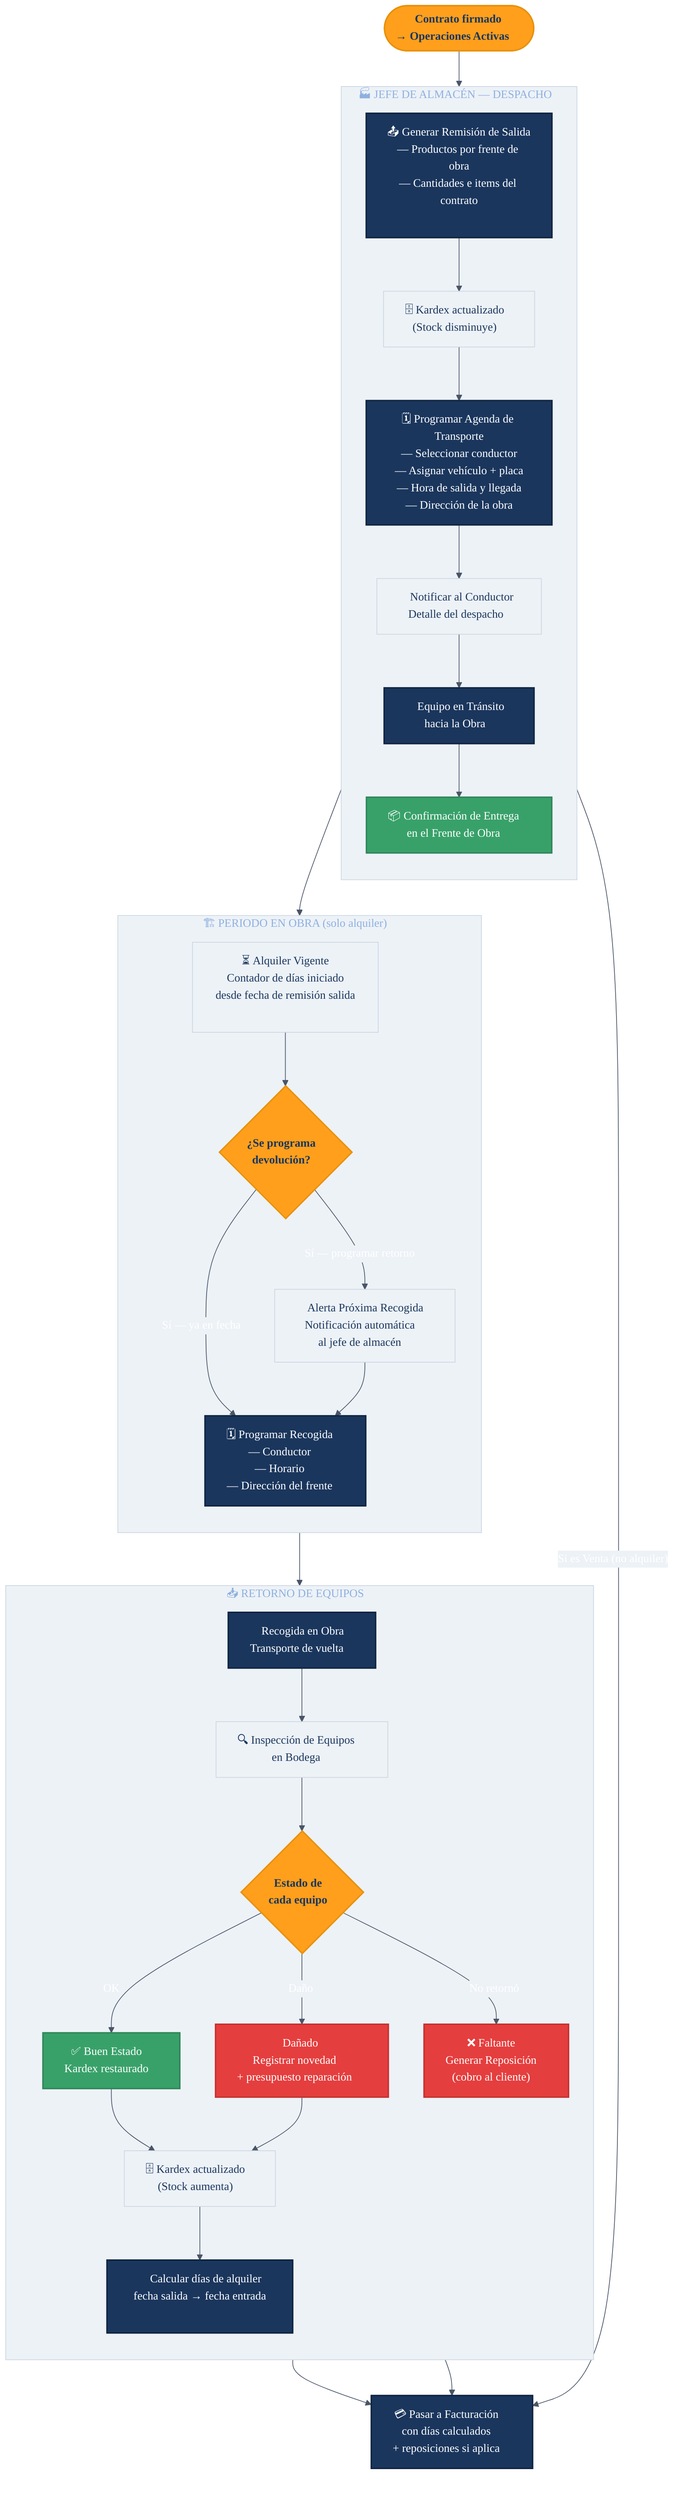
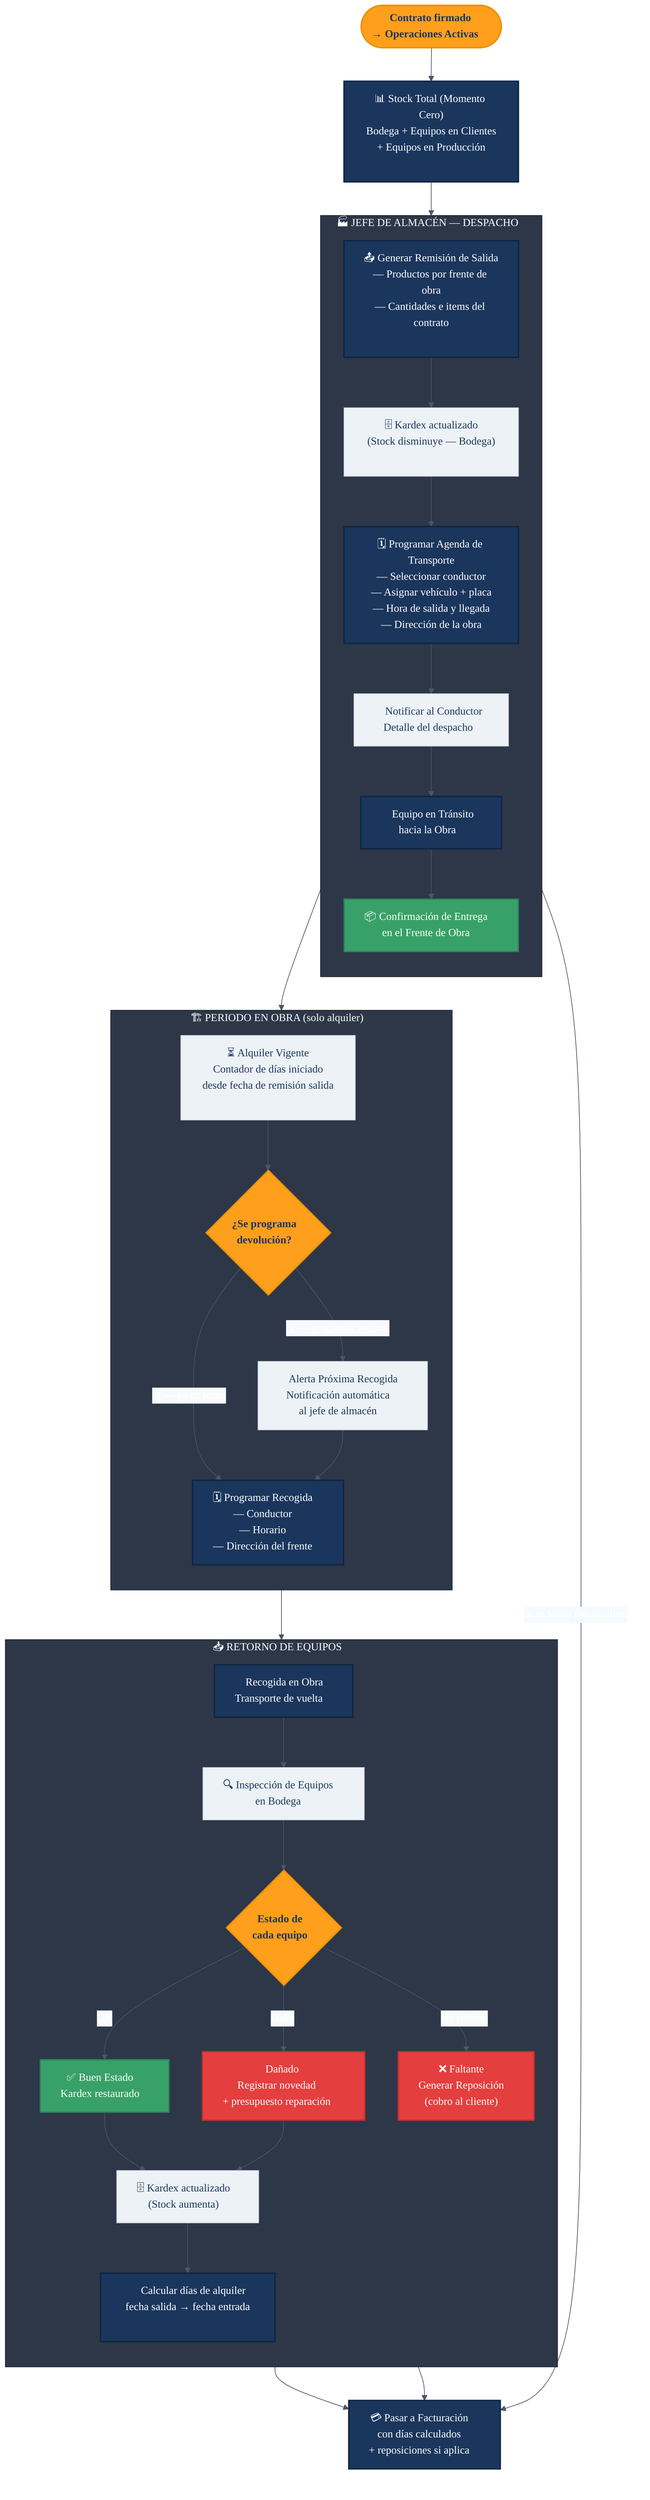
%%{init: {
  'theme': 'base',
  'themeVariables': {
    'primaryColor': '#1A365D',
    'primaryTextColor': '#FFFFFF',
    'primaryBorderColor': '#1A365D',
    'lineColor': '#4A5568',
    'secondaryColor': '#EDF2F7',
-     'clusterBkg': '#EDF2F7',
-     'clusterBorder': '#CBD5E0',
+     'clusterBkg': '#2D3748',
+     'clusterBorder': '#1A202C',
+     'titleColor': '#FFFFFF',
+     'edgeLabelBackground': '#F7FAFC',
    'fontFamily': 'Montserrat, sans-serif'
  }
}}%%

flowchart TD
    classDef azul       fill:#1A365D,color:#FFFFFF,stroke:#0F2440,stroke-width:2px
    classDef naranja     fill:#FF9F1C,color:#1A365D,stroke:#E8910A,stroke-width:2px,font-weight:bold
    classDef grisClaro   fill:#EDF2F7,color:#1A365D,stroke:#CBD5E0,stroke-width:1px
    classDef exito       fill:#38A169,color:#FFFFFF,stroke:#2F855A,stroke-width:2px
    classDef peligro     fill:#E53E3E,color:#FFFFFF,stroke:#C53030,stroke-width:2px

    INICIO(["📝 Contrato firmado\n→ Operaciones Activas"]):::naranja

+     %% ── MOMENTO CERO: STOCK TOTAL
+     KARDEX_TOTAL["📊 Stock Total (Momento Cero)\nBodega + Equipos en Clientes\n+ Equipos en Producción"]:::azul
+ 
    %% ── SALIDA
    subgraph ALMACEN["🏭  JEFE DE ALMACÉN — DESPACHO"]
        direction TB
        REMSAL["📤 Generar Remisión de Salida\n― Productos por frente de obra\n― Cantidades e items del contrato"]:::azul
-         KARDEX_OUT["🗄️ Kardex actualizado\n(Stock disminuye)"]:::grisClaro
+         KARDEX_OUT["🗄️ Kardex actualizado\n(Stock disminuye — Bodega)"]:::grisClaro
        AGENDA["🗓️ Programar Agenda de Transporte\n― Seleccionar conductor\n― Asignar vehículo + placa\n― Hora de salida y llegada\n― Dirección de la obra"]:::azul
        NOTIF_COND["🔔 Notificar al Conductor\nDetalle del despacho"]:::grisClaro
        DESPACHO["🚛 Equipo en Tránsito\nhacia la Obra"]:::azul
        ENTREGA["📦 Confirmación de Entrega\nen el Frente de Obra"]:::exito
    end

    %% ── PERÍODO EN OBRA
    subgraph OBRA["🏗️  PERIODO EN OBRA (solo alquiler)"]
        direction TB
        ALQUILER_VIGENTE["⏳ Alquiler Vigente\nContador de días iniciado\ndesde fecha de remisión salida"]:::grisClaro
        DEVQ{"¿Se programa\ndevolución?"}:::naranja
        NOTIF_DEV["🔔 Alerta Próxima Recogida\nNotificación automática\nal jefe de almacén"]:::grisClaro
        AGENDA_REC["🗓️ Programar Recogida\n― Conductor\n― Horario\n― Dirección del frente"]:::azul
    end

    %% ── DEVOLUCIÓN / REPOSICIÓN
    subgraph RETORNO["📥  RETORNO DE EQUIPOS"]
        direction TB
        RECOGIDA["🚛 Recogida en Obra\nTransporte de vuelta"]:::azul
        INSPECCION["🔍 Inspección de Equipos\nen Bodega"]:::grisClaro
        ITEMQ{"Estado de\ncada equipo"}:::naranja
        ITEM_OK["✅ Buen Estado\nKardex restaurado"]:::exito
        ITEM_DAÑ["🔧 Dañado\nRegistrar novedad\n+ presupuesto reparación"]:::peligro
        ITEM_FALT["❌ Faltante\nGenerar Reposición\n(cobro al cliente)"]:::peligro
        KARDEX_IN["🗄️ Kardex actualizado\n(Stock aumenta)"]:::grisClaro
        DIAS["📅 Calcular días de alquiler\nfecha salida → fecha entrada"]:::azul
    end

    %% ── FACTURACIÓN
    FAC["💳 Pasar a Facturación\ncon días calculados\n+ reposiciones si aplica"]:::azul

    %% ── FLUJO
-     INICIO --> REMSAL
+     INICIO --> KARDEX_TOTAL
+     KARDEX_TOTAL --> REMSAL
    REMSAL --> KARDEX_OUT
    KARDEX_OUT --> AGENDA
    AGENDA --> NOTIF_COND
    NOTIF_COND --> DESPACHO
    DESPACHO --> ENTREGA

    ENTREGA --> ALQUILER_VIGENTE
    ALQUILER_VIGENTE --> DEVQ
    DEVQ -->|"Sí — programar retorno"| NOTIF_DEV
    DEVQ -->|"Sí — ya en fecha"| AGENDA_REC
    NOTIF_DEV --> AGENDA_REC
    AGENDA_REC --> RECOGIDA

    RECOGIDA --> INSPECCION
    INSPECCION --> ITEMQ
    ITEMQ -->|"OK"| ITEM_OK
    ITEMQ -->|"Daño"| ITEM_DAÑ
    ITEMQ -->|"No retornó"| ITEM_FALT
    ITEM_OK --> KARDEX_IN
    ITEM_DAÑ --> KARDEX_IN
    ITEM_FALT --> FAC
    KARDEX_IN --> DIAS
    DIAS --> FAC

    ENTREGA -->|"Si es Venta (no alquiler)"| FAC
